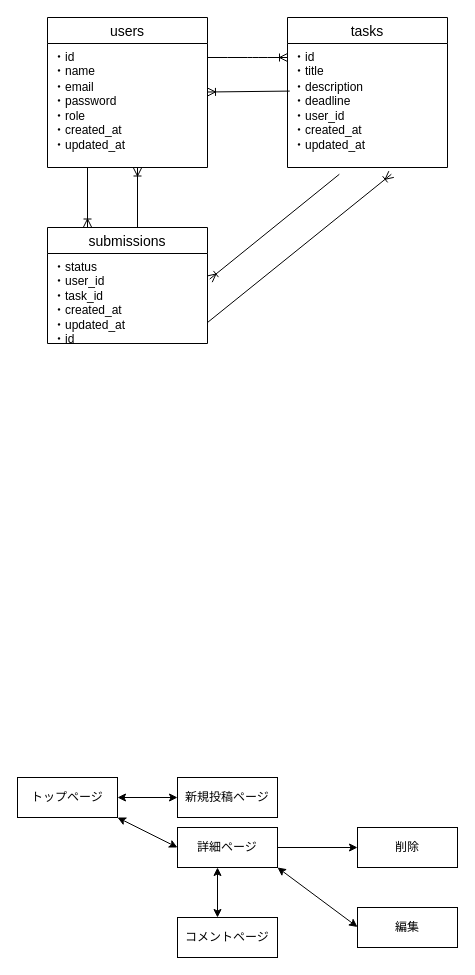
Earlier version of the draw.io diagram .dio (kazyu0/task_to_do). Source tidied: cells renumbered, new cells numbered last; positions are measured from the earlier drawing's top-left corner, leaving out a move shared by most shapes. Both pictures are drawn from the tidied source at 100%, with x=0, y=0 at pixel (17, 17).
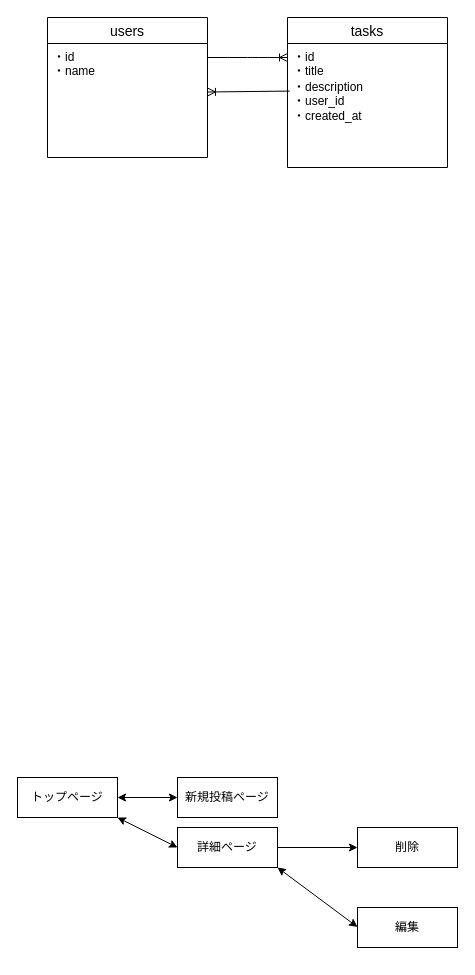
Above is the later version.

Commit message (it also covers changes not shown here):
red.me修正

The change refers to these unchanged cells:
```xml
<mxCell id="2" value="tasks" style="swimlane;fontStyle=0;horizontal=1;startSize=26;align=center;fontSize=14;" parent="1" vertex="1">
  <mxGeometry x="270" width="160" height="150" as="geometry" />
</mxCell>
```

Diff of the diagram source:
```diff
@@
-    <mxCell id="5" value="・description&lt;div&gt;・deadline&lt;br&gt;・user_id&lt;/div&gt;&lt;div&gt;・created_at&lt;/div&gt;&lt;div&gt;・updated_at&lt;/div&gt;" style="text;strokeColor=none;fillColor=none;spacingLeft=4;spacingRight=4;overflow=hidden;points=[[0,0.5],[1,0.5]];portConstraint=eastwest;fontSize=12;whiteSpace=wrap;html=1;" parent="2" vertex="1">
+    <mxCell id="5" value="・description&lt;div&gt;・user_id&lt;/div&gt;&lt;div&gt;・created_at&lt;/div&gt;" style="text;strokeColor=none;fillColor=none;spacingLeft=4;spacingRight=4;overflow=hidden;points=[[0,0.5],[1,0.5]];portConstraint=eastwest;fontSize=12;whiteSpace=wrap;html=1;" parent="2" vertex="1">
       <mxGeometry y="56" width="160" height="94" as="geometry" />
     </mxCell>
     <mxCell id="6" value="users" style="swimlane;fontStyle=0;horizontal=1;startSize=26;align=center;fontSize=14;" parent="1" vertex="1">
-      <mxGeometry x="30" width="160" height="150" as="geometry" />
+      <mxGeometry x="30" width="160" height="140" as="geometry" />
     </mxCell>
     <mxCell id="7" value="・id&lt;div&gt;・name&lt;/div&gt;&lt;div&gt;&lt;br&gt;&lt;/div&gt;" style="text;strokeColor=none;fillColor=none;spacingLeft=4;spacingRight=4;overflow=hidden;fontSize=12;whiteSpace=wrap;html=1;" parent="6" vertex="1">
-      <mxGeometry y="26" width="160" height="30" as="geometry" />
+      <mxGeometry y="26" width="160" height="114" as="geometry" />
     </mxCell>
-    <mxCell id="8" value="・email&lt;div&gt;・password&lt;/div&gt;&lt;div&gt;・role&lt;/div&gt;&lt;div&gt;・created_at&lt;/div&gt;&lt;div&gt;・updated_at&lt;/div&gt;" style="text;strokeColor=none;fillColor=none;spacingLeft=4;spacingRight=4;overflow=hidden;fontSize=12;whiteSpace=wrap;html=1;" parent="6" vertex="1">
-      <mxGeometry y="56" width="160" height="94" as="geometry" />
-    </mxCell>
-    <mxCell id="9" value="submissions" style="swimlane;fontStyle=0;horizontal=1;startSize=26;align=center;fontSize=14;" parent="1" vertex="1">
-      <mxGeometry x="30" y="210" width="160" height="116" as="geometry" />
-    </mxCell>
-    <mxCell id="10" value="&lt;div&gt;&lt;span style=&quot;background-color: transparent;&quot;&gt;・status&lt;/span&gt;&lt;br&gt;&lt;/div&gt;&lt;div&gt;・user_id&lt;/div&gt;&lt;div&gt;・task_id&lt;/div&gt;&lt;div&gt;・created_at&lt;/div&gt;&lt;div&gt;・updated_at&lt;/div&gt;&lt;div&gt;・id&lt;/div&gt;" style="text;strokeColor=none;fillColor=none;spacingLeft=4;spacingRight=4;overflow=hidden;points=[[0,0.5],[1,0.5]];portConstraint=eastwest;fontSize=12;whiteSpace=wrap;html=1;" parent="9" vertex="1">
-      <mxGeometry y="26" width="160" height="90" as="geometry" />
-    </mxCell>
@@
-    <mxCell id="12" style="fontSize=12;html=1;endArrow=ERoneToMany;exitX=0.014;exitY=0.187;exitDx=0;exitDy=0;exitPerimeter=0;" parent="1" edge="1">
-      <mxGeometry relative="1" as="geometry">
-        <mxPoint x="70" y="150" as="sourcePoint" />
-        <mxPoint x="70" y="209.5" as="targetPoint" />
-      </mxGeometry>
-    </mxCell>
-    <mxCell id="13" style="fontSize=12;html=1;endArrow=ERoneToMany;exitX=0.014;exitY=0.187;exitDx=0;exitDy=0;exitPerimeter=0;" parent="1" edge="1">
-      <mxGeometry relative="1" as="geometry">
-        <mxPoint x="120" y="210" as="sourcePoint" />
-        <mxPoint x="120" y="150.5" as="targetPoint" />
-      </mxGeometry>
-    </mxCell>
-    <mxCell id="14" style="fontSize=12;html=1;endArrow=ERoneToMany;exitX=0.324;exitY=1.072;exitDx=0;exitDy=0;exitPerimeter=0;entryX=1.014;entryY=0.284;entryDx=0;entryDy=0;entryPerimeter=0;" parent="1" edge="1" source="5" target="10">
-      <mxGeometry relative="1" as="geometry" />
-    </mxCell>
-    <mxCell id="15" style="fontSize=12;html=1;endArrow=ERoneToMany;exitX=0.324;exitY=1.072;exitDx=0;exitDy=0;exitPerimeter=0;entryX=0.649;entryY=1.072;entryDx=0;entryDy=0;entryPerimeter=0;" parent="1" edge="1" target="5">
-      <mxGeometry relative="1" as="geometry">
-        <mxPoint x="190" y="305" as="sourcePoint" />
-      </mxGeometry>
-    </mxCell>
@@
-    <mxCell id="25" value="コメントページ" style="whiteSpace=wrap;html=1;align=center;" parent="1" vertex="1">
-      <mxGeometry x="160" y="900" width="100" height="40" as="geometry" />
-    </mxCell>
-    <mxCell id="26" style="endArrow=classic;startArrow=classic;html=1;" parent="1" edge="1">
-      <mxGeometry relative="1" as="geometry">
-        <mxPoint x="200" y="900" as="sourcePoint" />
-        <mxPoint x="200" y="850" as="targetPoint" />
-      </mxGeometry>
-    </mxCell>
```
